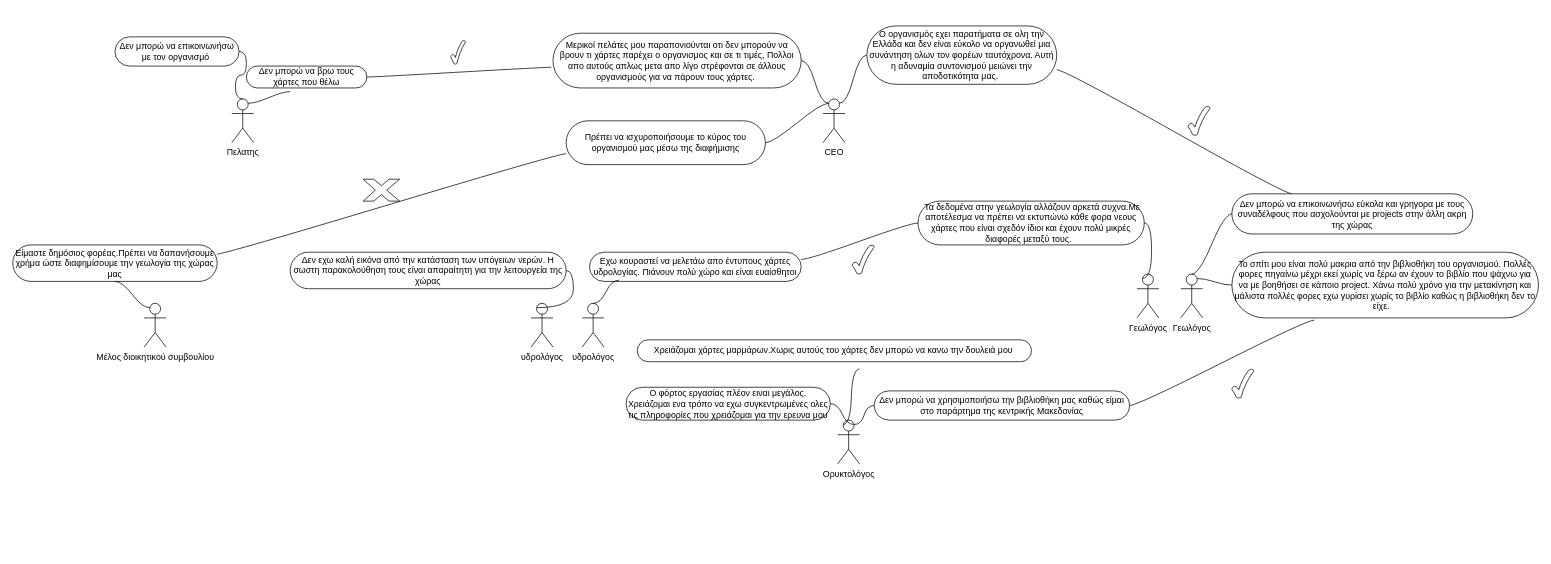
The draw.io diagram Ανώνυμο διάγραμμα.drawio in vag4me/Information_system, before the edit. Source tidied: cells renumbered, new cells numbered last; positions are measured from the earlier drawing's top-left corner, leaving out a move shared by most shapes. Both pictures are drawn from the tidied source at 73%, with x=0, y=0 at pixel (12, 26).
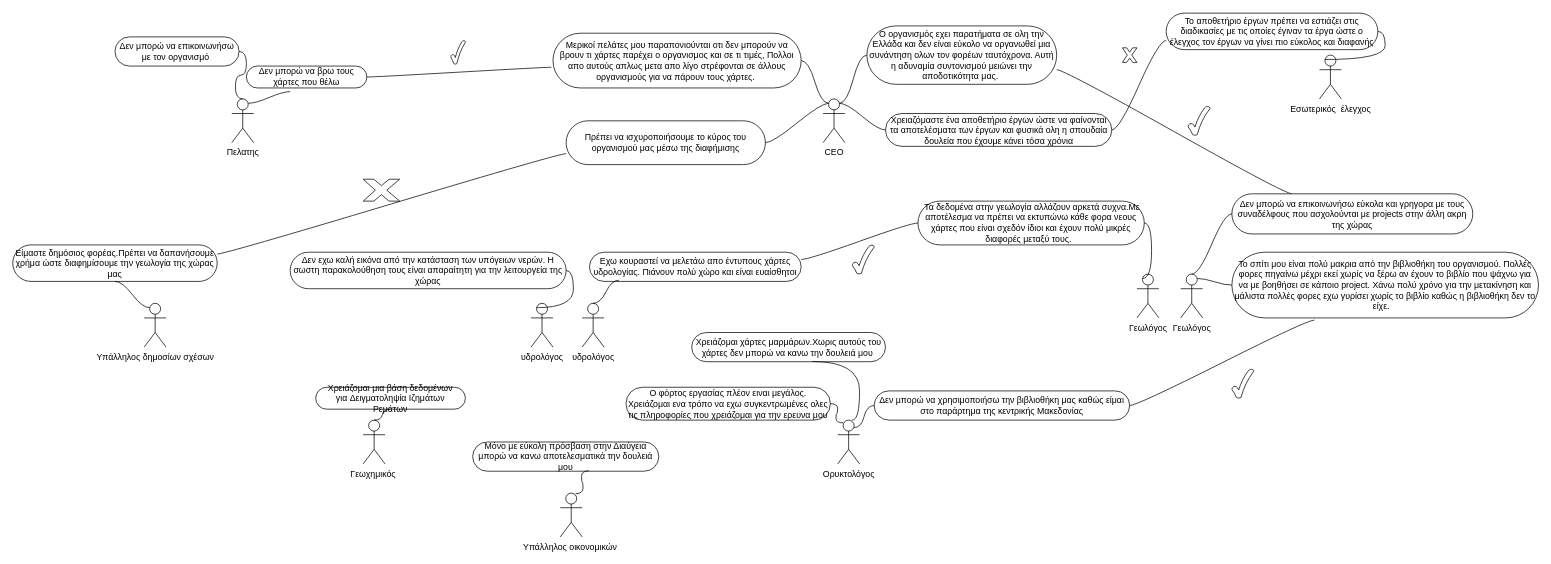
The same diagram, later.

The change refers to these unchanged cells:
```xml
<mxCell id="2" value="CEO" style="shape=umlActor;verticalLabelPosition=bottom;verticalAlign=top;html=1;" parent="1" vertex="1">
  <mxGeometry x="1110" y="100" width="30" height="60" as="geometry" />
</mxCell>
<mxCell id="25" value="Ορυκτολόγος" style="shape=umlActor;verticalLabelPosition=bottom;verticalAlign=top;html=1;" parent="1" vertex="1">
  <mxGeometry x="1130" y="540" width="30" height="60" as="geometry" />
</mxCell>
<mxCell id="26" value="Ο φόρτος εργασίας πλέον ειναι μεγάλος. Χρειάζομαι ενα τρόπο να εχω συγκεντρωμένες ολες τις πληροφορίες που χρειάζομαι για την ερευνα μου" style="whiteSpace=wrap;html=1;rounded=1;arcSize=50;align=center;verticalAlign=middle;strokeWidth=1;spacing=4;newEdgeStyle={&quot;edgeStyle&quot;:&quot;entityRelationEdgeStyle&quot;,&quot;startArrow&quot;:&quot;none&quot;,&quot;endArrow&quot;:&quot;none&quot;,&quot;segment&quot;:10,&quot;curved&quot;:1,&quot;sourcePerimeterSpacing&quot;:0,&quot;targetPerimeterSpacing&quot;:0};" parent="1" vertex="1">
  <mxGeometry x="840" y="495" width="280" height="45" as="geometry" />
</mxCell>
<mxCell id="29" value="Δεν μπορώ να χρησιμοποιήσω την βιβλιοθήκη μας καθώς είμαι στο παράρτημα της κεντρικής Μακεδονίας" style="whiteSpace=wrap;html=1;rounded=1;arcSize=50;align=center;verticalAlign=middle;strokeWidth=1;spacing=4;newEdgeStyle={&quot;edgeStyle&quot;:&quot;entityRelationEdgeStyle&quot;,&quot;startArrow&quot;:&quot;none&quot;,&quot;endArrow&quot;:&quot;none&quot;,&quot;segment&quot;:10,&quot;curved&quot;:1,&quot;sourcePerimeterSpacing&quot;:0,&quot;targetPerimeterSpacing&quot;:0};" parent="1" vertex="1">
  <mxGeometry x="1180" y="500" width="350" height="40" as="geometry" />
</mxCell>
```

Diff of the diagram source:
```diff
@@
-    <mxCell id="27" style="edgeStyle=entityRelationEdgeStyle;startArrow=none;endArrow=none;segment=10;curved=1;sourcePerimeterSpacing=0;targetPerimeterSpacing=0;rounded=0;exitX=0.75;exitY=0.1;exitDx=0;exitDy=0;exitPerimeter=0;" parent="1" edge="1" source="25" target="26">
+    <mxCell id="27" style="edgeStyle=entityRelationEdgeStyle;startArrow=none;endArrow=none;segment=10;curved=1;sourcePerimeterSpacing=0;targetPerimeterSpacing=0;rounded=0;exitX=0.257;exitY=0.064;exitDx=0;exitDy=0;exitPerimeter=0;" parent="1" edge="1" source="25" target="26">
       <mxGeometry relative="1" as="geometry" />
     </mxCell>
@@
-    <mxCell id="30" style="edgeStyle=entityRelationEdgeStyle;startArrow=none;endArrow=none;segment=10;curved=1;sourcePerimeterSpacing=0;targetPerimeterSpacing=0;rounded=0;exitX=0.75;exitY=0.1;exitDx=0;exitDy=0;exitPerimeter=0;" parent="1" edge="1" source="25" target="29">
+    <mxCell id="30" style="edgeStyle=entityRelationEdgeStyle;startArrow=none;endArrow=none;segment=10;curved=1;sourcePerimeterSpacing=0;targetPerimeterSpacing=0;rounded=0;exitX=0.745;exitY=0.171;exitDx=0;exitDy=0;exitPerimeter=0;" parent="1" edge="1" source="25" target="29">
       <mxGeometry relative="1" as="geometry" />
     </mxCell>
@@
-    <mxCell id="38" value="Μέλος&amp;nbsp;διοικητικού συμβουλίου" style="shape=umlActor;verticalLabelPosition=bottom;verticalAlign=top;html=1;" parent="1" vertex="1">
+    <mxCell id="38" value="Υπάλληλος δημοσίων σχέσων" style="shape=umlActor;verticalLabelPosition=bottom;verticalAlign=top;html=1;" parent="1" vertex="1">
       <mxGeometry x="180" y="380" width="30" height="60" as="geometry" />
     </mxCell>
@@
     <mxCell id="46" value="Χρειάζομαι χάρτες μαρμάρων.Χωρις αυτούς του χάρτες δεν μπορώ να κανω την δουλειά μου&amp;nbsp;" style="whiteSpace=wrap;html=1;rounded=1;arcSize=50;align=center;verticalAlign=middle;strokeWidth=1;spacing=4;newEdgeStyle={&quot;edgeStyle&quot;:&quot;entityRelationEdgeStyle&quot;,&quot;startArrow&quot;:&quot;none&quot;,&quot;endArrow&quot;:&quot;none&quot;,&quot;segment&quot;:10,&quot;curved&quot;:1,&quot;sourcePerimeterSpacing&quot;:0,&quot;targetPerimeterSpacing&quot;:0};" parent="1" vertex="1">
-      <mxGeometry x="855.5" y="430" width="540" height="30" as="geometry" />
+      <mxGeometry x="930" y="420" width="265.5" height="40" as="geometry" />
     </mxCell>
-    <mxCell id="47" style="edgeStyle=entityRelationEdgeStyle;startArrow=none;endArrow=none;segment=10;curved=1;sourcePerimeterSpacing=0;targetPerimeterSpacing=0;rounded=0;exitX=0.25;exitY=0.1;exitDx=0;exitDy=0;exitPerimeter=0;" parent="1" edge="1" source="25">
+    <mxCell id="47" style="edgeStyle=entityRelationEdgeStyle;startArrow=none;endArrow=none;segment=10;curved=1;sourcePerimeterSpacing=0;targetPerimeterSpacing=0;rounded=0;entryX=0.621;entryY=0.992;entryDx=0;entryDy=0;entryPerimeter=0;" parent="1" edge="1" target="46">
       <mxGeometry relative="1" as="geometry">
-        <mxPoint x="1160" y="470" as="targetPoint" />
+        <mxPoint x="1150" y="540" as="sourcePoint" />
       </mxGeometry>
     </mxCell>
+    <mxCell id="48" value="Γεωχημικός&amp;nbsp;" style="shape=umlActor;verticalLabelPosition=bottom;verticalAlign=top;html=1;outlineConnect=0;" parent="1" vertex="1">
+      <mxGeometry x="480" y="540" width="30" height="60" as="geometry" />
+    </mxCell>
+    <mxCell id="49" value="Χρειάζομαι μια βάση δεδομένων για&amp;nbsp;Δειγματοληψία Ιζημάτων Ρεμάτων" style="whiteSpace=wrap;html=1;rounded=1;arcSize=50;align=center;verticalAlign=middle;strokeWidth=1;spacing=4;newEdgeStyle={&quot;edgeStyle&quot;:&quot;entityRelationEdgeStyle&quot;,&quot;startArrow&quot;:&quot;none&quot;,&quot;endArrow&quot;:&quot;none&quot;,&quot;segment&quot;:10,&quot;curved&quot;:1,&quot;sourcePerimeterSpacing&quot;:0,&quot;targetPerimeterSpacing&quot;:0};" parent="1" vertex="1">
+      <mxGeometry x="415" y="495" width="205" height="30" as="geometry" />
+    </mxCell>
+    <mxCell id="50" style="edgeStyle=entityRelationEdgeStyle;startArrow=none;endArrow=none;segment=10;curved=1;sourcePerimeterSpacing=0;targetPerimeterSpacing=0;rounded=0;exitX=0.5;exitY=0;exitDx=0;exitDy=0;exitPerimeter=0;entryX=0.5;entryY=1;entryDx=0;entryDy=0;" parent="1" edge="1" source="48" target="49">
+      <mxGeometry relative="1" as="geometry" />
+    </mxCell>
+    <mxCell id="51" value="Χρειαζόμαστε ένα αποθετήριο έργων ώστε να φαίνονται τα αποτελέσματα των έργων και φυσικά ολη η σπουδαία δουλεία που έχουμε κάνει τόσα χρόνια" style="whiteSpace=wrap;html=1;rounded=1;arcSize=50;align=center;verticalAlign=middle;strokeWidth=1;spacing=4;newEdgeStyle={&quot;edgeStyle&quot;:&quot;entityRelationEdgeStyle&quot;,&quot;startArrow&quot;:&quot;none&quot;,&quot;endArrow&quot;:&quot;none&quot;,&quot;segment&quot;:10,&quot;curved&quot;:1,&quot;sourcePerimeterSpacing&quot;:0,&quot;targetPerimeterSpacing&quot;:0};" parent="1" vertex="1">
+      <mxGeometry x="1195.5" y="120" width="310" height="45" as="geometry" />
+    </mxCell>
+    <mxCell id="52" style="edgeStyle=entityRelationEdgeStyle;startArrow=none;endArrow=none;segment=10;curved=1;sourcePerimeterSpacing=0;targetPerimeterSpacing=0;rounded=0;exitX=0.75;exitY=0.1;exitDx=0;exitDy=0;exitPerimeter=0;" parent="1" edge="1" source="2" target="51">
+      <mxGeometry relative="1" as="geometry" />
+    </mxCell>
+    <mxCell id="53" value="Εσωτερικός&amp;nbsp; έλεγχος" style="shape=umlActor;verticalLabelPosition=bottom;verticalAlign=top;html=1;" parent="1" vertex="1">
+      <mxGeometry x="1790" y="40" width="30" height="60" as="geometry" />
+    </mxCell>
+    <mxCell id="54" style="edgeStyle=entityRelationEdgeStyle;rounded=0;jettySize=auto;html=1;startArrow=none;endArrow=none;segment=10;curved=1;sourcePerimeterSpacing=0;targetPerimeterSpacing=0;exitX=0;exitY=0.75;exitDx=0;exitDy=0;entryX=1;entryY=0.5;entryDx=0;entryDy=0;" parent="1" edge="1" source="55" target="51">
+      <mxGeometry relative="1" as="geometry" />
+    </mxCell>
+    <mxCell id="55" value="Το αποθετήριο έργων πρέπει να εστιάζει στις διαδικασίες με τις οποίες έγιναν τα έργα ώστε ο έλεγχος τον έργων να γίνει πιο εύκολος και διαφανής" style="whiteSpace=wrap;html=1;rounded=1;arcSize=50;align=center;verticalAlign=middle;strokeWidth=1;spacing=4;newEdgeStyle={&quot;edgeStyle&quot;:&quot;entityRelationEdgeStyle&quot;,&quot;startArrow&quot;:&quot;none&quot;,&quot;endArrow&quot;:&quot;none&quot;,&quot;segment&quot;:10,&quot;curved&quot;:1,&quot;sourcePerimeterSpacing&quot;:0,&quot;targetPerimeterSpacing&quot;:0};" parent="1" vertex="1">
+      <mxGeometry x="1580" y="-17.5" width="290" height="50" as="geometry" />
+    </mxCell>
+    <mxCell id="56" style="edgeStyle=entityRelationEdgeStyle;startArrow=none;endArrow=none;segment=10;curved=1;sourcePerimeterSpacing=0;targetPerimeterSpacing=0;rounded=0;exitX=0.25;exitY=0.1;exitDx=0;exitDy=0;exitPerimeter=0;" parent="1" edge="1" source="53" target="55">
+      <mxGeometry relative="1" as="geometry" />
+    </mxCell>
+    <mxCell id="57" style="verticalLabelPosition=bottom;verticalAlign=top;html=1;shape=mxgraph.basic.x;" parent="1" vertex="1">
+      <mxGeometry x="1520" y="30" width="20" height="20" as="geometry" />
+    </mxCell>
+    <mxCell id="58" value="Υπάλληλος οικονομικών&amp;nbsp;" style="shape=umlActor;verticalLabelPosition=bottom;verticalAlign=top;html=1;" parent="1" vertex="1">
+      <mxGeometry x="750" y="640" width="30" height="60" as="geometry" />
+    </mxCell>
+    <mxCell id="59" value="Μόνο με εύκολη πρόσβαση στην Διαύγεια μπορώ να κανω αποτελεσματικά την δουλειά μου" style="whiteSpace=wrap;html=1;rounded=1;arcSize=50;align=center;verticalAlign=middle;strokeWidth=1;spacing=4;newEdgeStyle={&quot;edgeStyle&quot;:&quot;entityRelationEdgeStyle&quot;,&quot;startArrow&quot;:&quot;none&quot;,&quot;endArrow&quot;:&quot;none&quot;,&quot;segment&quot;:10,&quot;curved&quot;:1,&quot;sourcePerimeterSpacing&quot;:0,&quot;targetPerimeterSpacing&quot;:0};" parent="1" vertex="1">
+      <mxGeometry x="630" y="570" width="255" height="40" as="geometry" />
+    </mxCell>
+    <mxCell id="60" style="edgeStyle=entityRelationEdgeStyle;startArrow=none;endArrow=none;segment=10;curved=1;sourcePerimeterSpacing=0;targetPerimeterSpacing=0;rounded=0;exitX=0.705;exitY=0.014;exitDx=0;exitDy=0;exitPerimeter=0;entryX=0.624;entryY=0.986;entryDx=0;entryDy=0;entryPerimeter=0;" parent="1" edge="1" source="58" target="59">
+      <mxGeometry relative="1" as="geometry" />
+    </mxCell>
```
